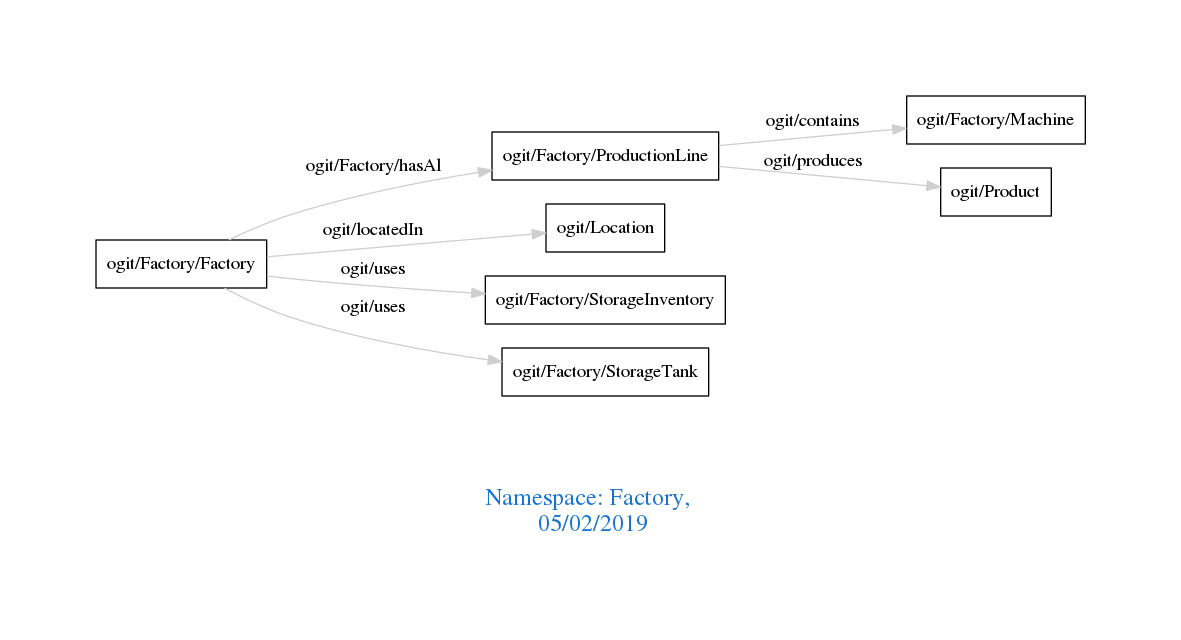
The Graphviz diagram downloads/Factory.png in arago/OGIT, before a commit. Its source is kept beside it as downloads/Factory.dot.
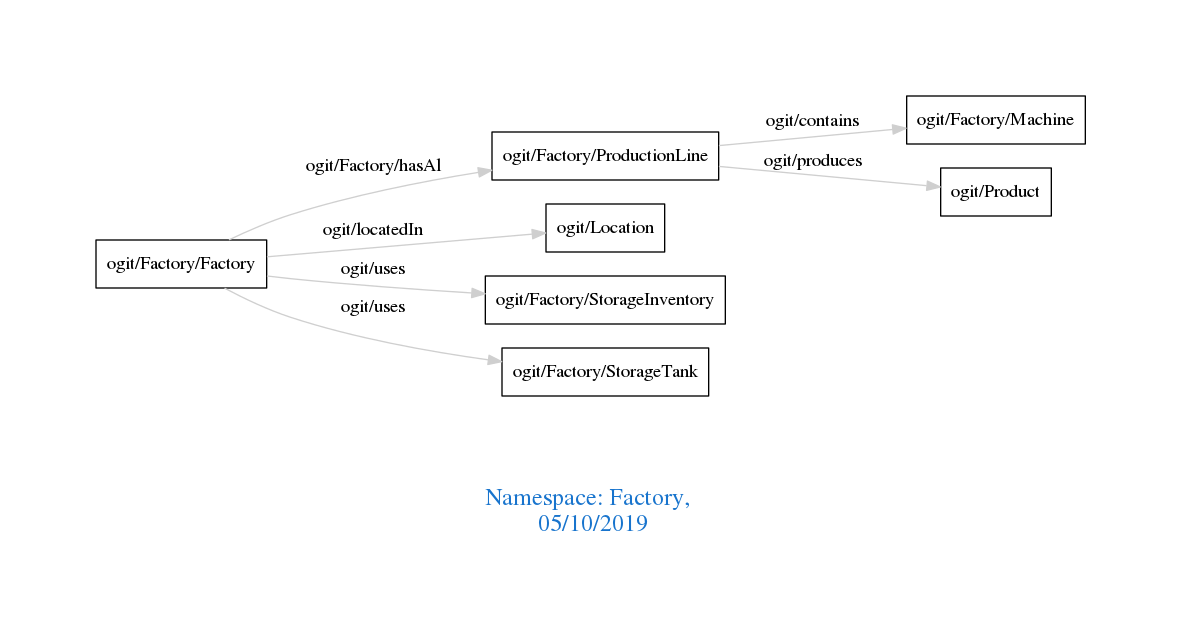
Later version of the same file.

The edit, as a diff of the source:
```diff
@@ -1,7 +1,7 @@
 digraph OGIT_ontology {
  graph [ rankdir= LR,pad=1
 fontsize = 18,
-fontcolor= dodgerblue3,label = "\n\n\nNamespace: Factory, \n 05/02/2019"];
+fontcolor= dodgerblue3,label = "\n\n\nNamespace: Factory, \n 05/10/2019"];
 node[shape=polygon];
 edge [  color="gray81"];
 
```
